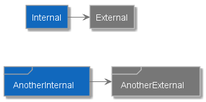
skleanthous/C4-PlantumlSkin keeps this PlantUML diagram as docs/diagrams/systems.png. Above is the earlier version.
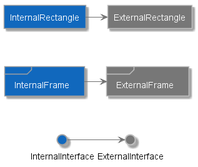
After the commit.

The edit, as a diff of the source:
```diff
@@ -41,23 +41,39 @@
   BackgroundColor #686868
 }
 
-skinparam rectangle<<External Component>> {
-  FontColor #FFFFFF
-  BorderColor #707070
-  BackgroundColor #999999
-}
+    skinparam rectangle<<Internal Component>> {
+      FontColor #505050
+      BorderColor #A0A0A0
+      BackgroundColor #85BBF0
+    }
 
-skinparam rectangle<<Internal Component>> {
-  FontColor #505050
-  BorderColor #A0A0A0
-  BackgroundColor #85BBF0
-}
+    skinparam rectangle<<Component>> {
+      FontColor #505050
+      BorderColor #A0A0A0
+      BackgroundColor #85BBF0
+    }
 
-skinparam rectangle<<Component>> {
-  FontColor #505050
-  BorderColor #A0A0A0
-  BackgroundColor #85BBF0
-}
+    skinparam rectangle<<External Component>> {
+      FontColor #FFFFFF
+      BorderColor #707070
+      BackgroundColor #999999
+    }
+
+    skinparam interface<<Internal Component>> {
+      BorderColor #A0A0A0
+      BackgroundColor #85BBF0
+    }
+
+    skinparam interface<<Component>> {
+      BorderColor #A0A0A0
+      BackgroundColor #85BBF0
+    }
+
+    skinparam interface<<External Component>> {
+      BorderColor #707070
+      BackgroundColor #999999
+    }
+
 
 
     skinparam component<<Internal Container>> {
@@ -90,7 +106,6 @@
       BackgroundColor #888888
     }
 
-
     skinparam rectangle<<Internal Container>> {
       FontColor #FFFFFF
       BorderColor CONTAINER_BORDER_COLOR
@@ -105,6 +120,21 @@
 
     skinparam rectangle<<External Container>> {
       FontColor #FFFFFF
+      BorderColor #C0C0C0
+      BackgroundColor #888888
+    }
+
+    skinparam interface<<Internal Container>> {
+      BorderColor CONTAINER_BORDER_COLOR
+      BackgroundColor #438DD5
+    }
+
+    skinparam interface<<Container>> {
+      BorderColor CONTAINER_BORDER_COLOR
+      BackgroundColor #438DD5
+    }
+
+    skinparam interface<<External Container>> {
       BorderColor #C0C0C0
       BackgroundColor #888888
     }
@@ -227,13 +257,35 @@
       BackgroundColor #777777
     }
 
-rectangle Internal <<Internal System>>
-frame AnotherInternal <<System>>
-rectangle External <<External System>>
-frame AnotherExternal <<External System>>
+    skinparam interface<<Internal System>> {
+      BorderColor #A0A0A0
+      BackgroundColor #1168BD
+    }
 
-Internal -right-> External
-Internal -[hidden]down-> AnotherInternal
-AnotherInternal -right-> AnotherExternal
+    skinparam interface<<System>> {
+      BorderColor #A0A0A0
+      BackgroundColor #1168BD
+    }
+
+    skinparam interface<<External System>> {
+      BorderColor #C0C0C0
+      BackgroundColor #777777
+    }
+
+rectangle InternalRectangle <<Internal System>>
+rectangle ExternalRectangle <<External System>>
+frame InternalFrame <<System>>
+frame ExternalFrame <<External System>>
+interface InternalInterface <<System>>
+interface ExternalInterface <<External System>>
+
+InternalRectangle -right-> ExternalRectangle
+InternalFrame -right-> ExternalFrame
+InternalInterface -right-> ExternalInterface
+
+
+InternalRectangle -[hidden]down-> InternalFrame
+InternalFrame -[hidden]down-> InternalInterface
+ExternalFrame -[hidden]down-> ExternalInterface
 
 @enduml
```
